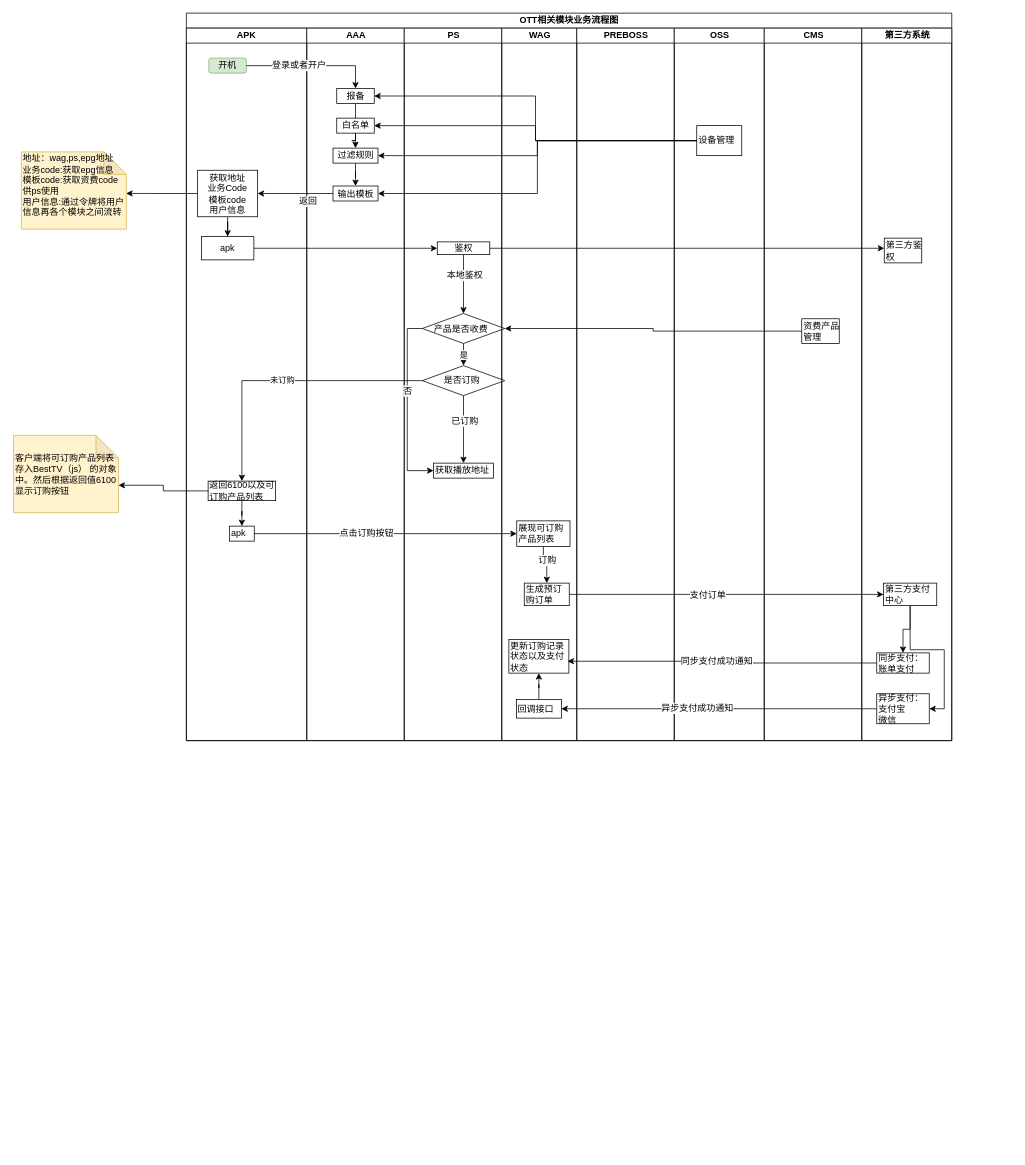
The draw.io diagram ott业务流程图.drawio in xiayingjie/test, before the edit. Source tidied: cells renumbered, new cells numbered last; positions are measured from the earlier drawing's top-left corner, leaving out a move shared by most shapes. Both pictures are drawn from the tidied source at 75%, with x=0, y=0 at pixel (14, 13).
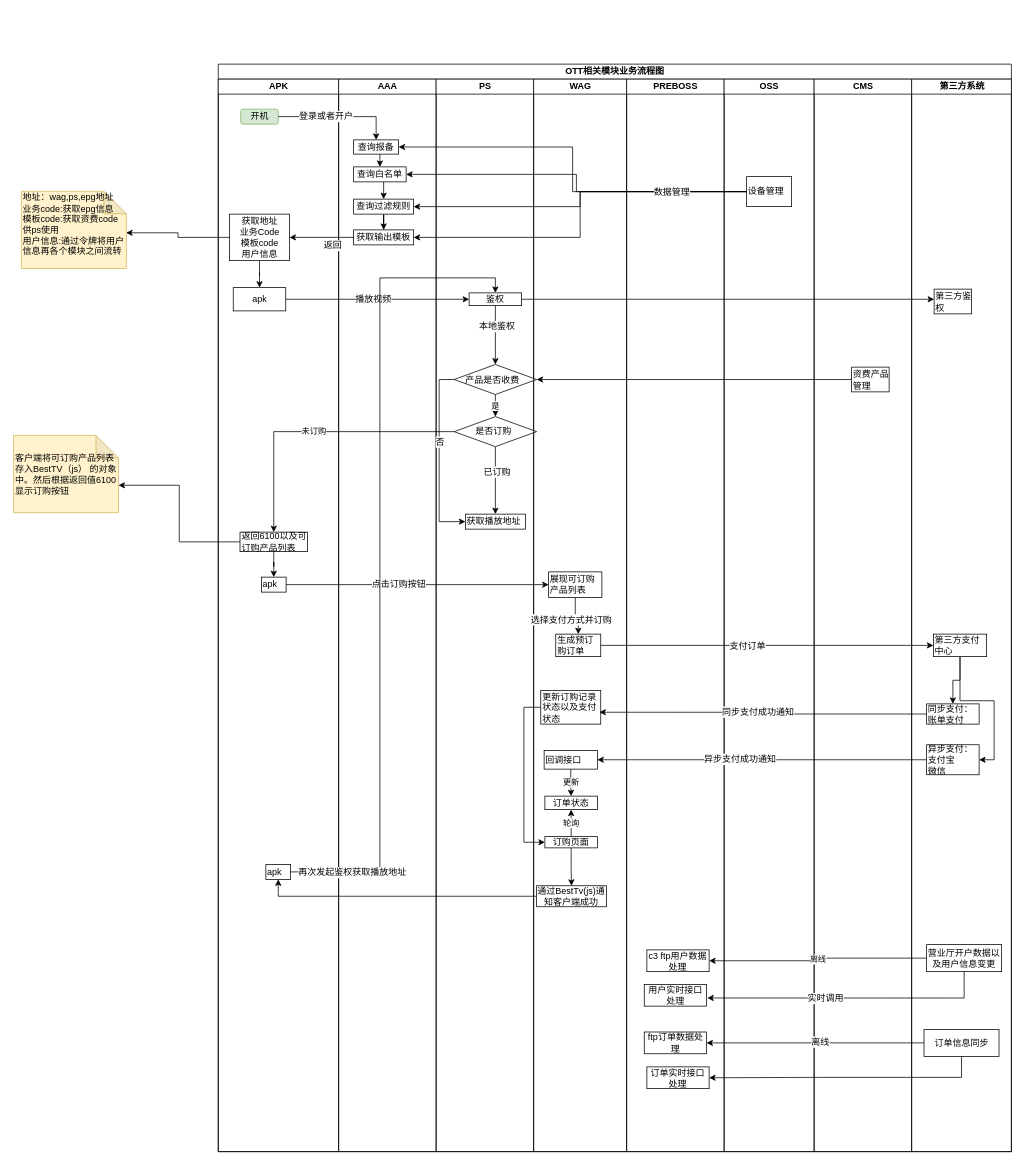
After the change.

Commit message:
Update ott业务流程图.drawio

The change refers to these unchanged cells:
```xml
<mxCell id="33" value="鉴权&lt;br&gt;" style="rounded=0;whiteSpace=wrap;html=1;align=center;" parent="22" vertex="1">
  <mxGeometry x="44" y="285" width="70" height="17" as="geometry" />
</mxCell>
<mxCell id="35" style="edgeStyle=orthogonalEdgeStyle;rounded=0;jettySize=auto;html=1;align=center;" parent="34" edge="1" source="37" target="38">
  <mxGeometry relative="1" as="geometry" />
</mxCell>
<mxCell id="39" value="更新订购记录状态以及支付状态" style="rounded=0;whiteSpace=wrap;html=1;align=left;" parent="34" vertex="1">
  <mxGeometry x="9.5" y="815" width="80" height="45" as="geometry" />
</mxCell>
<mxCell id="52" style="edgeStyle=orthogonalEdgeStyle;rounded=0;jettySize=auto;html=1;entryX=1;entryY=0.5;entryDx=0;entryDy=0;align=center;" parent="2" edge="1" source="44" target="14">
  <mxGeometry relative="1" as="geometry" />
</mxCell>
<mxCell id="56" style="edgeStyle=orthogonalEdgeStyle;rounded=0;jettySize=auto;html=1;entryX=0;entryY=0.5;entryDx=0;entryDy=0;align=center;" parent="2" edge="1" source="10" target="33">
  <mxGeometry relative="1" as="geometry" />
</mxCell>
<mxCell id="58" value="第三方鉴权" style="rounded=0;whiteSpace=wrap;html=1;align=left;" parent="57" vertex="1">
  <mxGeometry x="30" y="280" width="50" height="33" as="geometry" />
</mxCell>
<mxCell id="61" value="第三方支付中心" style="rounded=0;whiteSpace=wrap;html=1;align=left;" parent="57" vertex="1">
  <mxGeometry x="29" y="740" width="71" height="30" as="geometry" />
</mxCell>
<mxCell id="62" value="同步支付：账单支付" style="rounded=0;whiteSpace=wrap;html=1;align=left;" parent="57" vertex="1">
  <mxGeometry x="20" y="833" width="70" height="27" as="geometry" />
</mxCell>
<mxCell id="63" value="异步支付：支付宝&lt;br&gt;微信" style="rounded=0;whiteSpace=wrap;html=1;align=left;" parent="57" vertex="1">
  <mxGeometry x="20" y="887.5" width="70" height="40" as="geometry" />
</mxCell>
```

What changed in the source:
```diff
@@
     <mxCell id="2" value="OTT相关模块业务流程图" style="swimlane;html=1;startSize=20;" parent="1" vertex="1">
-      <mxGeometry x="230" width="1020.5" height="970" as="geometry" />
+      <mxGeometry x="272.5" y="68" width="1057.5" height="1450" as="geometry" />
     </mxCell>
     <mxCell id="3" value="APK" style="swimlane;html=1;startSize=20;" parent="2" vertex="1">
-      <mxGeometry y="20" width="160.5" height="950" as="geometry" />
+      <mxGeometry y="20" width="160.5" height="1430" as="geometry" />
     </mxCell>
@@
     <mxCell id="9" value="&lt;span&gt;获取地址&lt;/span&gt;&lt;br&gt;&lt;span&gt;业务Code&lt;/span&gt;&lt;br&gt;&lt;span&gt;模板code&lt;/span&gt;&lt;br&gt;&lt;span&gt;用户信息&lt;/span&gt;" style="rounded=0;whiteSpace=wrap;html=1;align=center;" parent="3" vertex="1">
-      <mxGeometry x="15" y="189.5" width="80" height="62" as="geometry" />
+      <mxGeometry x="15" y="180" width="80" height="62" as="geometry" />
     </mxCell>
@@
+    <mxCell id="75" value="apk" style="rounded=0;whiteSpace=wrap;html=1;align=left;" parent="3" vertex="1">
+      <mxGeometry x="63.5" y="1047" width="33" height="20" as="geometry" />
+    </mxCell>
     <mxCell id="11" value="AAA" style="swimlane;html=1;startSize=20;" parent="2" vertex="1">
-      <mxGeometry x="160.5" y="20" width="130" height="950" as="geometry" />
+      <mxGeometry x="160.5" y="20" width="130" height="1430" as="geometry" />
     </mxCell>
-    <mxCell id="12" style="edgeStyle=orthogonalEdgeStyle;rounded=0;jettySize=auto;html=1;exitX=0.5;exitY=1;exitDx=0;exitDy=0;entryX=0.5;entryY=0;entryDx=0;entryDy=0;align=center;" parent="11" edge="1" source="13" target="18">
+    <mxCell id="12" style="edgeStyle=orthogonalEdgeStyle;rounded=0;jettySize=auto;html=1;entryX=0.5;entryY=0;entryDx=0;entryDy=0;align=center;" parent="11" edge="1" source="13" target="18">
       <mxGeometry relative="1" as="geometry">
         <Array as="points">
-          <mxPoint x="60" y="150" />
-          <mxPoint x="60" y="150" />
+          <mxPoint x="55" y="107" />
+          <mxPoint x="55" y="107" />
         </Array>
       </mxGeometry>
     </mxCell>
-    <mxCell id="13" value="报备&lt;br&gt;" style="rounded=0;whiteSpace=wrap;html=1;" parent="11" vertex="1">
-      <mxGeometry x="40" y="80.5" width="50" height="20" as="geometry" />
+    <mxCell id="13" value="查询报备&lt;br&gt;" style="rounded=0;whiteSpace=wrap;html=1;" parent="11" vertex="1">
+      <mxGeometry x="20" y="81" width="60" height="19" as="geometry" />
     </mxCell>
-    <mxCell id="14" value="输出模板&lt;br&gt;" style="rounded=0;whiteSpace=wrap;html=1;" parent="11" vertex="1">
-      <mxGeometry x="35" y="210.5" width="60" height="20" as="geometry" />
+    <mxCell id="14" value="获取输出模板&lt;br&gt;" style="rounded=0;whiteSpace=wrap;html=1;" parent="11" vertex="1">
+      <mxGeometry x="20" y="201" width="80" height="20" as="geometry" />
     </mxCell>
@@
-    <mxCell id="16" value="过滤规则&lt;br&gt;" style="rounded=0;whiteSpace=wrap;html=1;" parent="11" vertex="1">
-      <mxGeometry x="35" y="160" width="60" height="20" as="geometry" />
+    <mxCell id="16" value="查询过滤规则&lt;br&gt;" style="rounded=0;whiteSpace=wrap;html=1;" parent="11" vertex="1">
+      <mxGeometry x="20" y="160" width="80" height="20" as="geometry" />
     </mxCell>
-    <mxCell id="17" style="edgeStyle=orthogonalEdgeStyle;rounded=0;jettySize=auto;html=1;exitX=0.5;exitY=1;exitDx=0;exitDy=0;entryX=0.5;entryY=0;entryDx=0;entryDy=0;align=center;" parent="11" edge="1" source="18" target="16">
-      <mxGeometry relative="1" as="geometry" />
+    <mxCell id="17" style="edgeStyle=orthogonalEdgeStyle;rounded=0;jettySize=auto;html=1;entryX=0.5;entryY=0;entryDx=0;entryDy=0;align=center;" parent="11" edge="1" source="18" target="16">
+      <mxGeometry relative="1" as="geometry">
+        <Array as="points">
+          <mxPoint x="60" y="147" />
+          <mxPoint x="60" y="147" />
+        </Array>
+      </mxGeometry>
     </mxCell>
-    <mxCell id="18" value="白名单&lt;br&gt;" style="rounded=0;whiteSpace=wrap;html=1;" parent="11" vertex="1">
-      <mxGeometry x="40" y="120" width="50" height="20" as="geometry" />
+    <mxCell id="18" value="查询白名单&lt;br&gt;" style="rounded=0;whiteSpace=wrap;html=1;" parent="11" vertex="1">
+      <mxGeometry x="20" y="117" width="70" height="20" as="geometry" />
     </mxCell>
@@
     <mxCell id="22" value="PS" style="swimlane;html=1;startSize=20;" parent="2" vertex="1">
-      <mxGeometry x="290.5" y="20" width="130" height="950" as="geometry" />
+      <mxGeometry x="290.5" y="20" width="130" height="1430" as="geometry" />
     </mxCell>
@@
     <mxCell id="34" value="WAG" style="swimlane;html=1;startSize=20;" parent="2" vertex="1">
-      <mxGeometry x="420.5" y="20" width="100" height="950" as="geometry" />
+      <mxGeometry x="420.5" y="20" width="124" height="1430" as="geometry" />
     </mxCell>
@@
-    <mxCell id="36" value="订购" style="text;html=1;align=center;verticalAlign=middle;labelBackgroundColor=#ffffff;" parent="35" vertex="1">
+    <mxCell id="36" value="选择支付方式并订购" style="text;html=1;align=center;verticalAlign=middle;labelBackgroundColor=#ffffff;" parent="35" vertex="1">
       <mxGeometry x="0.13" y="7" relative="1" as="geometry">
-        <mxPoint x="-7" y="-7" as="offset" />
+        <mxPoint x="-17" y="3.5" as="offset" />
       </mxGeometry>
     </mxCell>
@@
     <mxCell id="38" value="生成预订购订单" style="rounded=0;whiteSpace=wrap;html=1;align=left;" parent="34" vertex="1">
-      <mxGeometry x="30" y="740" width="60" height="30" as="geometry" />
+      <mxGeometry x="29.5" y="740" width="60" height="30" as="geometry" />
     </mxCell>
@@
-    <mxCell id="40" style="edgeStyle=orthogonalEdgeStyle;rounded=0;jettySize=auto;html=1;entryX=0.5;entryY=1;entryDx=0;entryDy=0;align=center;" parent="34" edge="1" source="41" target="39">
-      <mxGeometry relative="1" as="geometry" />
-    </mxCell>
+    <mxCell id="76" value="更新" style="edgeStyle=orthogonalEdgeStyle;rounded=0;jettySize=auto;html=1;entryX=0.5;entryY=0;entryDx=0;entryDy=0;align=center;" parent="34" edge="1" source="41" target="82">
+      <mxGeometry relative="1" as="geometry" />
+    </mxCell>
     <mxCell id="41" value="回调接口" style="rounded=0;whiteSpace=wrap;html=1;align=left;" parent="34" vertex="1">
-      <mxGeometry x="19.5" y="895" width="60" height="25" as="geometry" />
+      <mxGeometry x="14" y="895" width="71" height="25" as="geometry" />
     </mxCell>
+    <mxCell id="77" style="edgeStyle=orthogonalEdgeStyle;rounded=0;jettySize=auto;html=1;entryX=0.5;entryY=0;entryDx=0;entryDy=0;align=center;" parent="34" edge="1" source="79" target="80">
+      <mxGeometry relative="1" as="geometry" />
+    </mxCell>
+    <mxCell id="78" value="轮询" style="edgeStyle=orthogonalEdgeStyle;rounded=0;jettySize=auto;html=1;entryX=0.5;entryY=1;entryDx=0;entryDy=0;align=center;" parent="34" edge="1" source="79" target="82">
+      <mxGeometry relative="1" as="geometry" />
+    </mxCell>
+    <mxCell id="79" value="订购页面" style="rounded=0;whiteSpace=wrap;html=1;align=center;" parent="34" vertex="1">
+      <mxGeometry x="15" y="1010" width="70" height="15" as="geometry" />
+    </mxCell>
+    <mxCell id="80" value="&lt;span&gt;通过BestTv(js)通知客户端成功&lt;/span&gt;" style="rounded=0;whiteSpace=wrap;html=1;align=center;" parent="34" vertex="1">
+      <mxGeometry x="4" y="1075.5" width="93" height="28" as="geometry" />
+    </mxCell>
+    <mxCell id="81" style="edgeStyle=orthogonalEdgeStyle;rounded=0;jettySize=auto;html=1;align=center;entryX=0;entryY=0.5;entryDx=0;entryDy=0;" parent="34" edge="1" source="39" target="79">
+      <mxGeometry relative="1" as="geometry">
+        <Array as="points">
+          <mxPoint x="-13" y="838" />
+          <mxPoint x="-13" y="1018" />
+        </Array>
+      </mxGeometry>
+    </mxCell>
+    <mxCell id="82" value="订单状态" style="rounded=0;whiteSpace=wrap;html=1;align=center;" parent="34" vertex="1">
+      <mxGeometry x="15" y="956" width="70" height="18" as="geometry" />
+    </mxCell>
     <mxCell id="42" value="PREBOSS" style="swimlane;html=1;startSize=20;" parent="2" vertex="1">
-      <mxGeometry x="520.5" y="20" width="130" height="950" as="geometry" />
+      <mxGeometry x="544.5" y="20" width="130" height="1430" as="geometry" />
     </mxCell>
+    <mxCell id="83" value="c3 ftp用户数据处理" style="rounded=0;whiteSpace=wrap;html=1;align=center;" parent="42" vertex="1">
+      <mxGeometry x="27" y="1161" width="83" height="29" as="geometry" />
+    </mxCell>
+    <mxCell id="84" value="用户实时接口处理" style="rounded=0;whiteSpace=wrap;html=1;align=center;" parent="42" vertex="1">
+      <mxGeometry x="23.5" y="1207" width="83" height="29" as="geometry" />
+    </mxCell>
+    <mxCell id="85" value="ftp订单数据处理" style="rounded=0;whiteSpace=wrap;html=1;align=center;" parent="42" vertex="1">
+      <mxGeometry x="23.5" y="1270.5" width="83" height="29" as="geometry" />
+    </mxCell>
+    <mxCell id="86" value="订单实时接口处理" style="rounded=0;whiteSpace=wrap;html=1;align=center;" parent="42" vertex="1">
+      <mxGeometry x="27" y="1317" width="83" height="29" as="geometry" />
+    </mxCell>
     <mxCell id="43" value="OSS" style="swimlane;html=1;startSize=20;" parent="2" vertex="1">
-      <mxGeometry x="650.5" y="20" width="120" height="950" as="geometry" />
+      <mxGeometry x="674.5" y="20" width="120" height="1430" as="geometry" />
     </mxCell>
@@
+    <mxCell id="87" value="数据管理" style="text;html=1;align=center;verticalAlign=middle;labelBackgroundColor=#ffffff;" parent="52" vertex="1">
+      <mxGeometry x="-0.6" relative="1" as="geometry" />
+    </mxCell>
@@
     <mxCell id="54" value="CMS" style="swimlane;html=1;startSize=20;" parent="2" vertex="1">
-      <mxGeometry x="770.5" y="20" width="130" height="950" as="geometry" />
+      <mxGeometry x="794.5" y="20" width="130" height="1430" as="geometry" />
     </mxCell>
     <mxCell id="55" value="资费产品管理" style="rounded=0;whiteSpace=wrap;html=1;align=left;" parent="54" vertex="1">
-      <mxGeometry x="50" y="387.5" width="50" height="33" as="geometry" />
+      <mxGeometry x="50" y="384" width="50" height="33" as="geometry" />
     </mxCell>
@@
+    <mxCell id="88" value="播放视频" style="text;html=1;align=center;verticalAlign=middle;labelBackgroundColor=#ffffff;" parent="56" vertex="1">
+      <mxGeometry y="6" relative="1" as="geometry">
+        <mxPoint x="-6" y="5" as="offset" />
+      </mxGeometry>
+    </mxCell>
+    <mxCell id="64" style="edgeStyle=orthogonalEdgeStyle;rounded=0;jettySize=auto;html=1;entryX=0;entryY=0.409;entryDx=0;entryDy=0;entryPerimeter=0;align=center;" parent="2" edge="1" source="33" target="58">
+      <mxGeometry relative="1" as="geometry" />
+    </mxCell>
+    <mxCell id="65" style="edgeStyle=orthogonalEdgeStyle;rounded=0;jettySize=auto;html=1;entryX=0;entryY=0.5;entryDx=0;entryDy=0;align=center;" parent="2" edge="1" source="38" target="61">
+      <mxGeometry relative="1" as="geometry" />
+    </mxCell>
+    <mxCell id="66" value="支付订单" style="text;html=1;align=center;verticalAlign=middle;labelBackgroundColor=#ffffff;" parent="65" vertex="1">
+      <mxGeometry x="-0.12" relative="1" as="geometry" />
+    </mxCell>
+    <mxCell id="67" style="edgeStyle=orthogonalEdgeStyle;rounded=0;jettySize=auto;html=1;entryX=0.978;entryY=0.648;entryDx=0;entryDy=0;entryPerimeter=0;align=center;" parent="2" edge="1" source="62" target="39">
+      <mxGeometry relative="1" as="geometry" />
+    </mxCell>
+    <mxCell id="68" value="同步支付成功通知" style="text;html=1;align=center;verticalAlign=middle;labelBackgroundColor=#ffffff;" parent="67" vertex="1">
+      <mxGeometry x="0.04" y="-1" relative="1" as="geometry" />
+    </mxCell>
+    <mxCell id="69" style="edgeStyle=orthogonalEdgeStyle;rounded=0;jettySize=auto;html=1;entryX=1;entryY=0.5;entryDx=0;entryDy=0;align=center;" parent="2" edge="1" source="63" target="41">
+      <mxGeometry relative="1" as="geometry" />
+    </mxCell>
+    <mxCell id="70" value="异步支付成功通知" style="text;html=1;align=center;verticalAlign=middle;labelBackgroundColor=#ffffff;" parent="69" vertex="1">
+      <mxGeometry x="0.14" y="-1" relative="1" as="geometry" />
+    </mxCell>
+    <mxCell id="89" style="edgeStyle=orthogonalEdgeStyle;rounded=0;jettySize=auto;html=1;align=center;" parent="2" edge="1" source="80" target="75">
+      <mxGeometry relative="1" as="geometry" />
+    </mxCell>
+    <mxCell id="90" value="离线" style="edgeStyle=orthogonalEdgeStyle;rounded=0;jettySize=auto;html=1;entryX=1;entryY=0.5;entryDx=0;entryDy=0;align=center;" parent="2" edge="1" source="91" target="83">
+      <mxGeometry relative="1" as="geometry" />
+    </mxCell>
     <mxCell id="57" value="第三方系统" style="swimlane;html=1;startSize=20;" parent="2" vertex="1">
-      <mxGeometry x="900.5" y="20" width="120" height="950" as="geometry" />
+      <mxGeometry x="924.5" y="20" width="133" height="1430" as="geometry" />
     </mxCell>
@@
-    <mxCell id="64" style="edgeStyle=orthogonalEdgeStyle;rounded=0;jettySize=auto;html=1;entryX=0;entryY=0.409;entryDx=0;entryDy=0;entryPerimeter=0;align=center;" parent="2" edge="1" source="33" target="58">
-      <mxGeometry relative="1" as="geometry" />
-    </mxCell>
-    <mxCell id="65" style="edgeStyle=orthogonalEdgeStyle;rounded=0;jettySize=auto;html=1;entryX=0;entryY=0.5;entryDx=0;entryDy=0;align=center;" parent="2" edge="1" source="38" target="61">
-      <mxGeometry relative="1" as="geometry" />
-    </mxCell>
-    <mxCell id="66" value="支付订单" style="text;html=1;align=center;verticalAlign=middle;labelBackgroundColor=#ffffff;" parent="65" vertex="1">
-      <mxGeometry x="-0.12" relative="1" as="geometry" />
-    </mxCell>
-    <mxCell id="67" style="edgeStyle=orthogonalEdgeStyle;rounded=0;jettySize=auto;html=1;entryX=0.978;entryY=0.648;entryDx=0;entryDy=0;entryPerimeter=0;align=center;" parent="2" edge="1" source="62" target="39">
-      <mxGeometry relative="1" as="geometry" />
-    </mxCell>
-    <mxCell id="68" value="同步支付成功通知" style="text;html=1;align=center;verticalAlign=middle;labelBackgroundColor=#ffffff;" parent="67" vertex="1">
-      <mxGeometry x="0.04" y="-1" relative="1" as="geometry" />
-    </mxCell>
-    <mxCell id="69" style="edgeStyle=orthogonalEdgeStyle;rounded=0;jettySize=auto;html=1;entryX=1;entryY=0.5;entryDx=0;entryDy=0;align=center;" parent="2" edge="1" source="63" target="41">
-      <mxGeometry relative="1" as="geometry" />
-    </mxCell>
-    <mxCell id="70" value="异步支付成功通知" style="text;html=1;align=center;verticalAlign=middle;labelBackgroundColor=#ffffff;" parent="69" vertex="1">
-      <mxGeometry x="0.14" y="-1" relative="1" as="geometry" />
-    </mxCell>
+    <mxCell id="91" value="营业厅开户数据以及用户信息变更" style="rounded=0;whiteSpace=wrap;html=1;align=center;" parent="57" vertex="1">
+      <mxGeometry x="20" y="1154" width="100" height="36" as="geometry" />
+    </mxCell>
+    <mxCell id="92" value="订单信息同步" style="rounded=0;whiteSpace=wrap;html=1;align=center;" parent="57" vertex="1">
+      <mxGeometry x="16.5" y="1267" width="100" height="36" as="geometry" />
+    </mxCell>
+    <mxCell id="93" style="edgeStyle=orthogonalEdgeStyle;rounded=0;jettySize=auto;html=1;entryX=1.013;entryY=0.626;entryDx=0;entryDy=0;entryPerimeter=0;align=center;" parent="2" edge="1" source="91" target="84">
+      <mxGeometry relative="1" as="geometry">
+        <Array as="points">
+          <mxPoint x="995" y="1245" />
+        </Array>
+      </mxGeometry>
+    </mxCell>
+    <mxCell id="94" value="实时调用" style="text;html=1;align=center;verticalAlign=middle;labelBackgroundColor=#ffffff;" parent="93" vertex="1">
+      <mxGeometry x="0.17" relative="1" as="geometry" />
+    </mxCell>
+    <mxCell id="95" style="edgeStyle=orthogonalEdgeStyle;rounded=0;jettySize=auto;html=1;align=center;" parent="2" edge="1" source="92" target="85">
+      <mxGeometry relative="1" as="geometry" />
+    </mxCell>
+    <mxCell id="96" value="离线" style="text;html=1;align=center;verticalAlign=middle;labelBackgroundColor=#ffffff;" parent="95" vertex="1">
+      <mxGeometry y="-7" relative="1" as="geometry">
+        <mxPoint x="6" y="5" as="offset" />
+      </mxGeometry>
+    </mxCell>
+    <mxCell id="97" style="edgeStyle=orthogonalEdgeStyle;rounded=0;jettySize=auto;html=1;entryX=1;entryY=0.5;entryDx=0;entryDy=0;align=center;" parent="2" edge="1" source="92" target="86">
+      <mxGeometry relative="1" as="geometry">
+        <Array as="points">
+          <mxPoint x="991" y="1351" />
+          <mxPoint x="798" y="1351" />
+        </Array>
+      </mxGeometry>
+    </mxCell>
+    <mxCell id="98" style="edgeStyle=orthogonalEdgeStyle;rounded=0;jettySize=auto;html=1;entryX=0.5;entryY=0;entryDx=0;entryDy=0;align=center;" parent="2" edge="1" source="75" target="33">
+      <mxGeometry relative="1" as="geometry" />
+    </mxCell>
+    <mxCell id="99" value="再次发起鉴权获取播放地址" style="text;html=1;align=center;verticalAlign=middle;labelBackgroundColor=#ffffff;" parent="98" vertex="1">
+      <mxGeometry x="-0.85" relative="1" as="geometry" />
+    </mxCell>
     <mxCell id="71" value="地址：wag,ps,epg地址&lt;br&gt;业务code:获取epg信息&lt;br&gt;模板code:获取资费code供ps使用&lt;br&gt;用户信息:通过令牌将用户信息再各个模块之间流转&lt;br&gt;&lt;br&gt;" style="shape=note;whiteSpace=wrap;html=1;backgroundOutline=1;darkOpacity=0.05;align=left;fillColor=#fff2cc;strokeColor=#d6b656;" parent="1" vertex="1">
-      <mxGeometry x="10" y="185" width="140" height="103" as="geometry" />
+      <mxGeometry x="10" y="237.5" width="140" height="103" as="geometry" />
     </mxCell>
```
